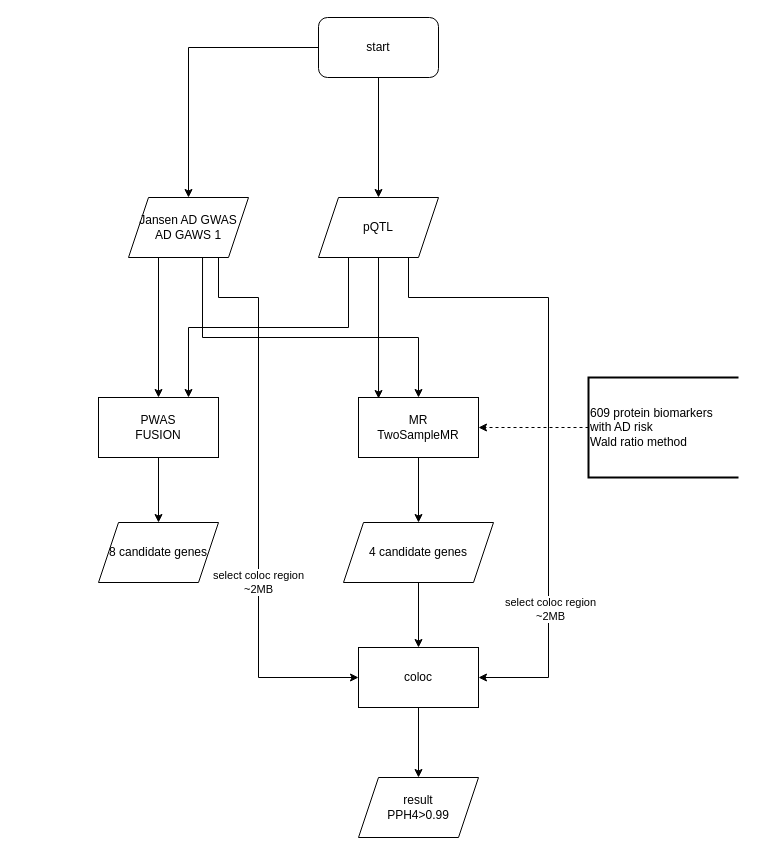
Above: 4.20.drawio in ruansy/riskGene (draw.io), before the change. Source tidied: cells renumbered, new cells numbered last; positions are measured from the earlier drawing's top-left corner, leaving out a move shared by most shapes. Both pictures are drawn from the tidied source at 100%, with x=0, y=0 at pixel (98, 17).
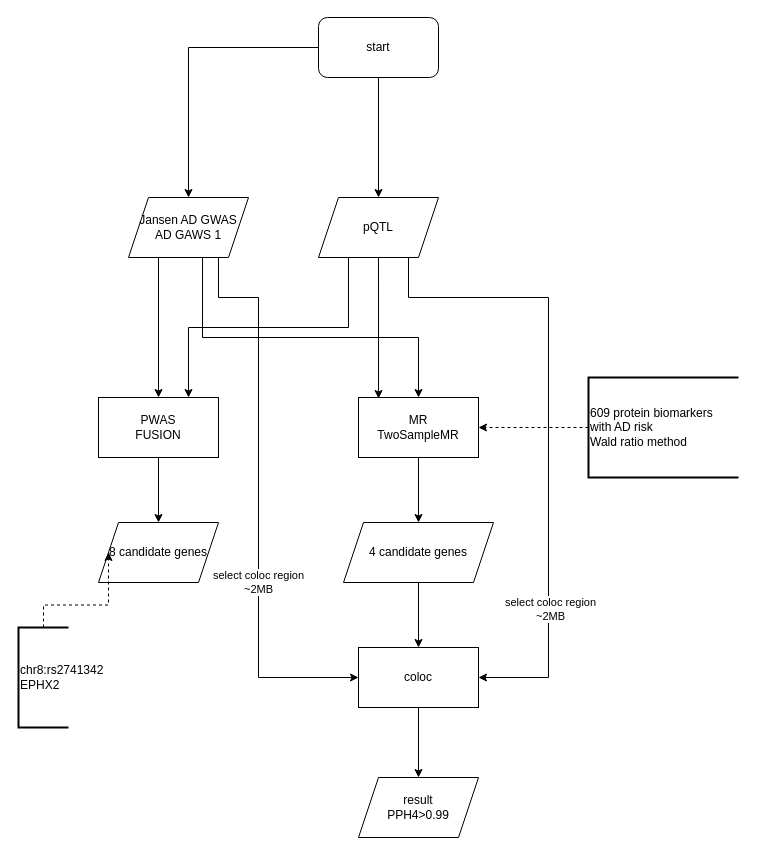
The same diagram, later.

Unchanged cells that the change refers to:
```xml
<mxCell id="14" value="&lt;span&gt;8 candidate genes&lt;/span&gt;" style="shape=parallelogram;perimeter=parallelogramPerimeter;whiteSpace=wrap;html=1;fixedSize=1;" parent="1" vertex="1">
  <mxGeometry y="505" width="120" height="60" as="geometry" />
</mxCell>
```

The edit, as a diff of the source:
```diff
@@
+    <mxCell id="27" style="edgeStyle=orthogonalEdgeStyle;rounded=0;jettySize=auto;html=1;exitX=0.5;exitY=0;exitDx=0;exitDy=0;exitPerimeter=0;entryX=0;entryY=0.5;entryDx=0;entryDy=0;dashed=1;" parent="1" edge="1" source="28" target="14">
+      <mxGeometry relative="1" as="geometry" />
+    </mxCell>
+    <mxCell id="28" value="chr8:rs2741342&lt;br&gt;EPHX2" style="strokeWidth=2;html=1;shape=mxgraph.flowchart.annotation_1;align=left;rotation=0;" parent="1" vertex="1">
+      <mxGeometry x="-80" y="610" width="50" height="100" as="geometry" />
+    </mxCell>
```
